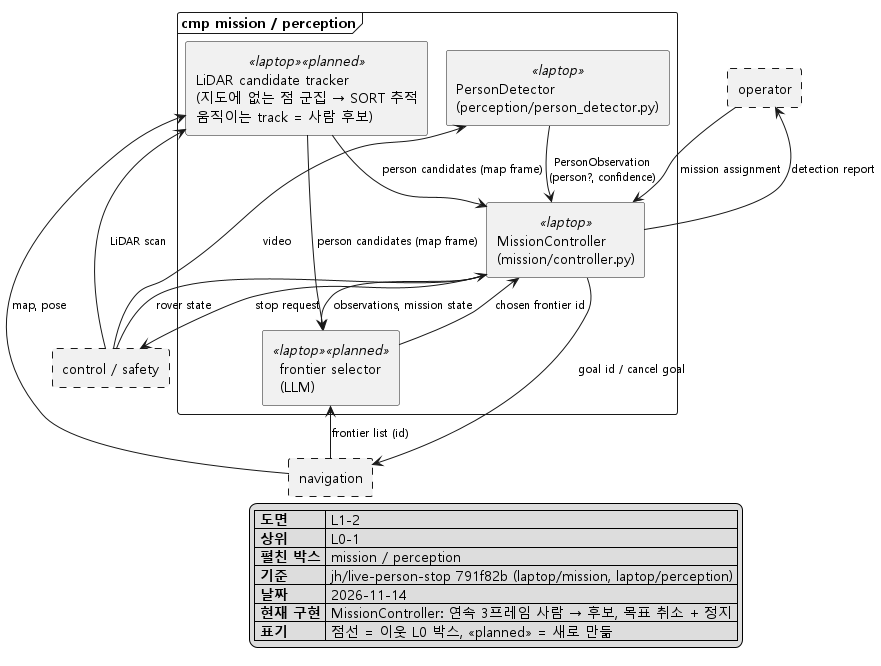
This is docs/architecture/png/L1-2_mission_perception.png from Ruysong/autonomous-rescue-rover, a PlantUML export, as it was before one commit.
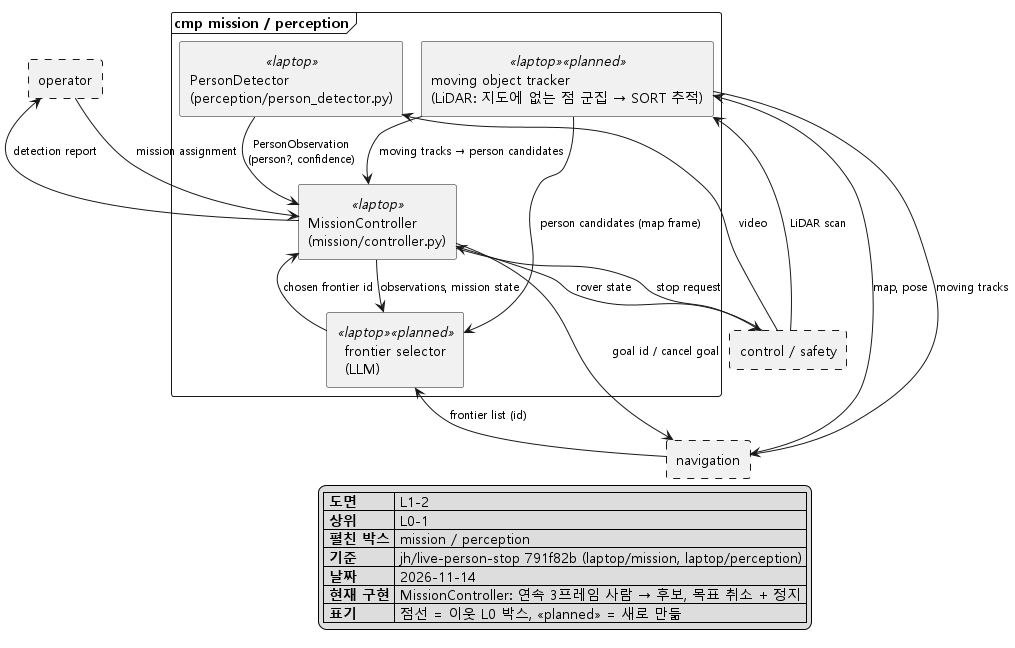
Later version of the same file.

Commit message:
docs: moving object tracker feeds person candidates, mapping filter, costmap

The edit, as a diff of the source:
```diff
@@ -11,7 +11,7 @@
 
 frame "cmp mission / perception" {
   component "PersonDetector\n(perception/person_detector.py)" <<laptop>> as DETECT
-  component "LiDAR candidate tracker\n(지도에 없는 점 군집 → SORT 추적\n움직이는 track = 사람 후보)" <<laptop>> <<planned>> as TRACKER
+  component "moving object tracker\n(LiDAR: 지도에 없는 점 군집 → SORT 추적)" <<laptop>> <<planned>> as TRACKER
   component "MissionController\n(mission/controller.py)" <<laptop>> as MC
   component "frontier selector\n(LLM)" <<laptop>> <<planned>> as LLM
 }
@@ -28,7 +28,8 @@
 
 CONTROL -up-> TRACKER : LiDAR scan
 NAV -up-> TRACKER : map, pose
-TRACKER --> MC : person candidates (map frame)
+TRACKER --> MC : moving tracks → person candidates
+TRACKER --> NAV : moving tracks
 TRACKER --> LLM : person candidates (map frame)
 
 NAV -up-> LLM : frontier list (id)
```
